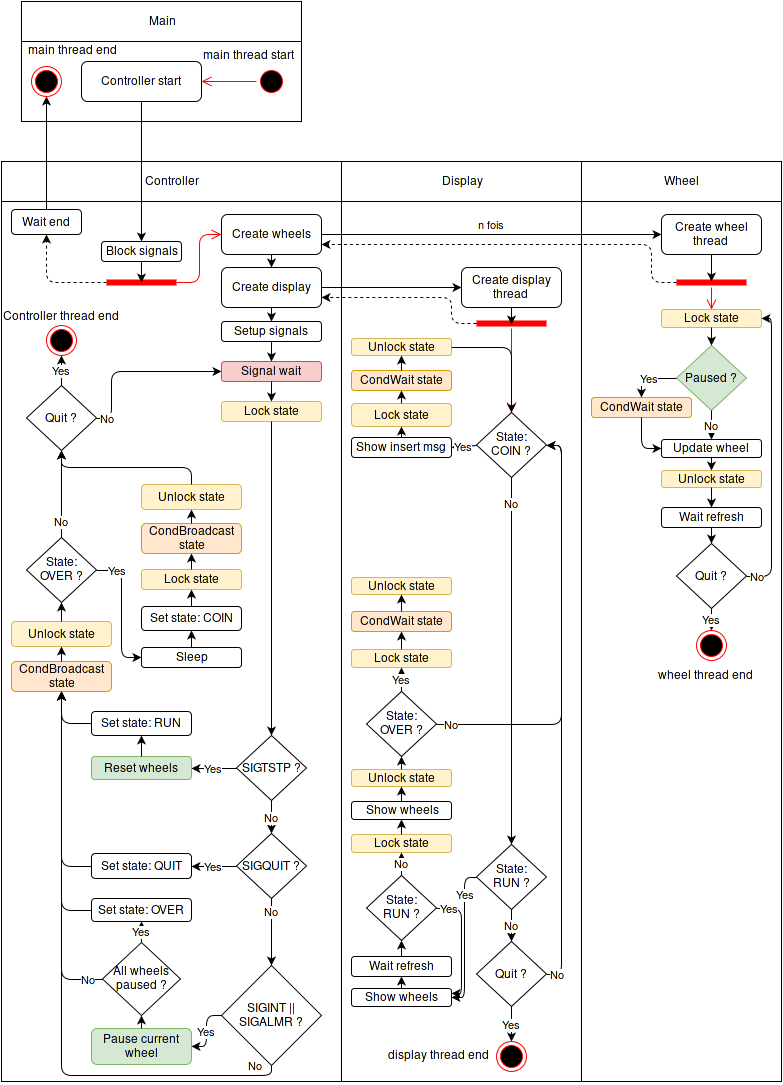
Earlier version of the draw.io export report/img/flow.png (claudiosousa/jackpot). Source tidied: cells renumbered, new cells last; positions are measured from the earlier drawing's top-left corner, leaving out a move shared by most shapes.
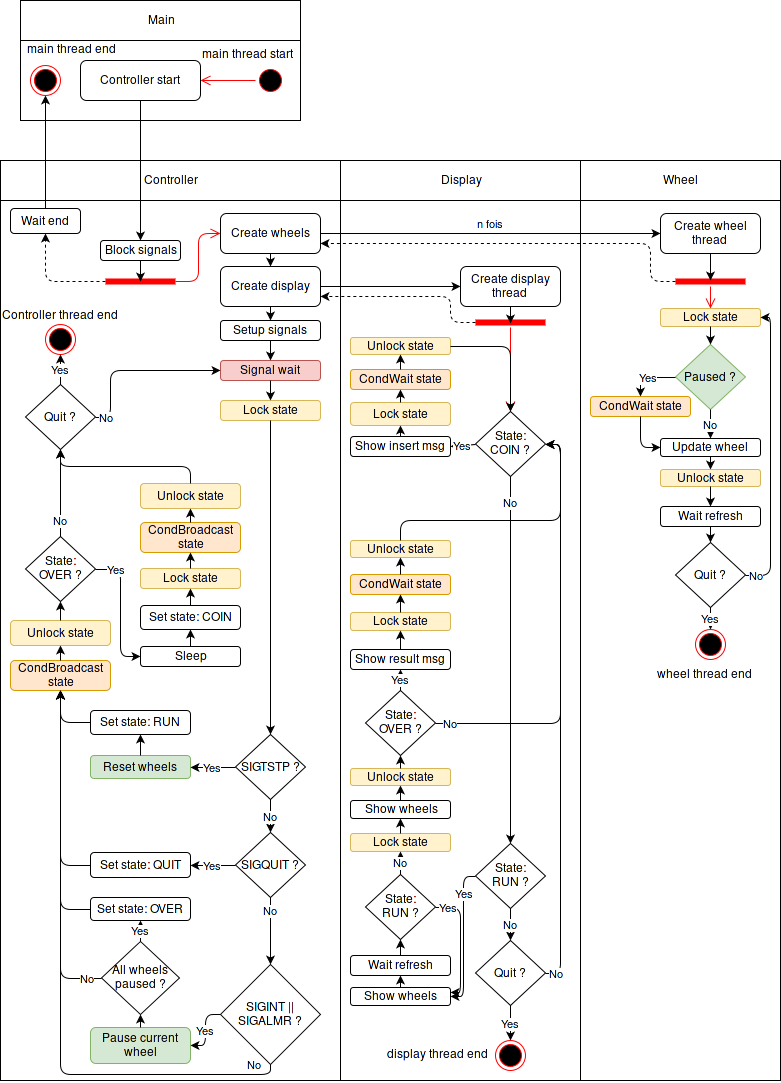
Above is the later version.

Commit message:
Missing node and arrow in Display thread

Diff of the diagram source:
```diff
@@ -467,15 +467,15 @@
       <mxGeometry relative="1" as="geometry" />
     </mxCell>
     <mxCell id="142" value="Lock state&lt;br&gt;" style="rounded=1;whiteSpace=wrap;html=1;strokeColor=#d6b656;strokeWidth=1;fillColor=#fff2cc;align=center;" parent="1" vertex="1">
-      <mxGeometry x="350" y="648" width="100" height="18" as="geometry" />
+      <mxGeometry x="350" y="612" width="100" height="18" as="geometry" />
     </mxCell>
     <mxCell id="143" value="Unlock state&lt;br&gt;" style="rounded=1;whiteSpace=wrap;html=1;strokeColor=#d6b656;strokeWidth=1;fillColor=#fff2cc;align=center;" parent="1" vertex="1">
-      <mxGeometry x="350" y="576" width="100" height="17" as="geometry" />
+      <mxGeometry x="350" y="540" width="100" height="17" as="geometry" />
     </mxCell>
     <mxCell id="144" value="CondWait state&lt;br&gt;" style="rounded=1;whiteSpace=wrap;html=1;strokeColor=#d79b00;strokeWidth=1;fillColor=#ffe6cc;align=center;" parent="1" vertex="1">
-      <mxGeometry x="350" y="610" width="100" height="20" as="geometry" />
+      <mxGeometry x="350" y="574" width="100" height="20" as="geometry" />
     </mxCell>
-    <mxCell id="145" value="Yes" style="endArrow=classic;html=1;exitX=0.5;exitY=0;exitPerimeter=0;entryX=0.5;entryY=1;" parent="1" edge="1" source="140" target="142">
+    <mxCell id="145" value="Yes" style="endArrow=classic;html=1;exitX=0.5;exitY=0;exitPerimeter=0;entryX=0.5;entryY=1;" parent="1" edge="1" source="140" target="150">
       <mxGeometry relative="1" as="geometry" />
     </mxCell>
     <mxCell id="146" style="endArrow=classic;html=1;exitX=0.5;exitY=0;entryX=0.5;entryY=1;" parent="1" edge="1" source="142" target="144">
@@ -492,5 +492,20 @@
         </Array>
       </mxGeometry>
     </mxCell>
+    <mxCell id="149" style="endArrow=classic;html=1;exitX=0.5;exitY=0;entryX=1;entryY=0.5;entryPerimeter=0;edgeStyle=orthogonalEdgeStyle;" parent="1" edge="1" source="143" target="94">
+      <mxGeometry relative="1" as="geometry">
+        <Array as="points">
+          <mxPoint x="400" y="520" />
+          <mxPoint x="560" y="520" />
+          <mxPoint x="560" y="444" />
+        </Array>
+      </mxGeometry>
+    </mxCell>
+    <mxCell id="150" value="Show result msg&lt;br&gt;" style="rounded=1;whiteSpace=wrap;html=1;strokeColor=#000000;strokeWidth=1;fillColor=#ffffff;align=center;" parent="1" vertex="1">
+      <mxGeometry x="350" y="649" width="100" height="20" as="geometry" />
+    </mxCell>
+    <mxCell id="151" style="endArrow=classic;html=1;exitX=0.5;exitY=0;entryX=0.5;entryY=1;" parent="1" edge="1" source="150" target="142">
+      <mxGeometry relative="1" as="geometry" />
+    </mxCell>
   </root>
 </mxGraphModel>
```
